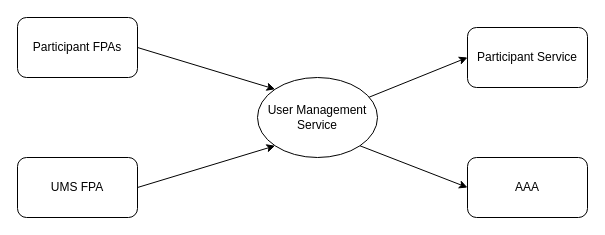
Above: UMSSystemContext.drawio in jayanthkmr/architecture-diagrams (draw.io), before the change. Source tidied: cells renumbered, new cells numbered last; positions are measured from the earlier drawing's top-left corner, leaving out a move shared by most shapes. Both pictures are drawn from the tidied source at 100%, with x=0, y=0 at pixel (17, 17).
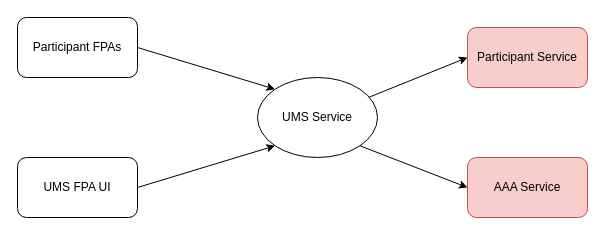
The same page after the edit.

Diff of the diagram source:
```diff
@@
 <mxGraphModel>
   <root>
     <mxCell id="0" />
     <mxCell id="1" parent="0" />
-    <mxCell id="2" value="User Management&lt;br&gt;Service" style="ellipse;whiteSpace=wrap;html=1;" parent="1" vertex="1">
+    <mxCell id="2" value="UMS Service" style="ellipse;whiteSpace=wrap;html=1;" parent="1" vertex="1">
       <mxGeometry x="240" y="60" width="120" height="80" as="geometry" />
     </mxCell>
     <mxCell id="3" value="Participant FPAs" style="rounded=1;whiteSpace=wrap;html=1;" parent="1" vertex="1">
       <mxGeometry width="120" height="60" as="geometry" />
     </mxCell>
-    <mxCell id="4" value="UMS FPA" style="rounded=1;whiteSpace=wrap;html=1;" parent="1" vertex="1">
+    <mxCell id="4" value="UMS FPA UI" style="rounded=1;whiteSpace=wrap;html=1;" parent="1" vertex="1">
       <mxGeometry y="140" width="120" height="60" as="geometry" />
     </mxCell>
-    <mxCell id="5" value="Participant Service" style="rounded=1;whiteSpace=wrap;html=1;" parent="1" vertex="1">
+    <mxCell id="5" value="Participant Service" style="rounded=1;whiteSpace=wrap;html=1;fillColor=#f8cecc;strokeColor=#b85450;" parent="1" vertex="1">
       <mxGeometry x="450" y="10" width="120" height="60" as="geometry" />
     </mxCell>
-    <mxCell id="6" value="AAA" style="rounded=1;whiteSpace=wrap;html=1;" parent="1" vertex="1">
+    <mxCell id="6" value="AAA Service" style="rounded=1;whiteSpace=wrap;html=1;fillColor=#f8cecc;strokeColor=#b85450;" parent="1" vertex="1">
       <mxGeometry x="450" y="140" width="120" height="60" as="geometry" />
     </mxCell>
     <mxCell id="7" style="endArrow=classic;html=1;exitX=1;exitY=0.5;exitDx=0;exitDy=0;entryX=0;entryY=0;entryDx=0;entryDy=0;" parent="1" edge="1" source="3" target="2">
       <mxGeometry relative="1" as="geometry" />
     </mxCell>
     <mxCell id="8" style="endArrow=classic;html=1;exitX=1;exitY=0.5;exitDx=0;exitDy=0;entryX=0;entryY=1;entryDx=0;entryDy=0;" parent="1" edge="1" source="4" target="2">
       <mxGeometry relative="1" as="geometry" />
     </mxCell>
     <mxCell id="9" style="endArrow=classic;html=1;entryX=0;entryY=0.5;entryDx=0;entryDy=0;" parent="1" edge="1" source="2" target="5">
       <mxGeometry relative="1" as="geometry" />
     </mxCell>
     <mxCell id="10" style="endArrow=classic;html=1;exitX=1;exitY=1;exitDx=0;exitDy=0;" parent="1" edge="1" source="2">
       <mxGeometry relative="1" as="geometry">
         <mxPoint x="450" y="170" as="targetPoint" />
       </mxGeometry>
     </mxCell>
   </root>
 </mxGraphModel>
```
